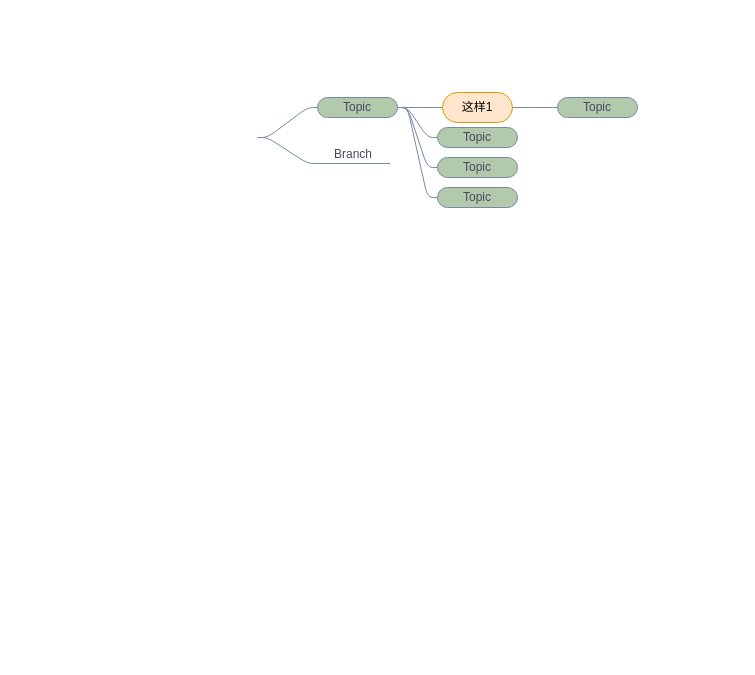
Before: page "第 2 页" (2 of 3) of Untitled Diagram.drawio in gaoyangzhou/draw.io, a draw.io diagram. Source tidied: cells renumbered, new cells numbered last; positions are measured from the earlier drawing's top-left corner, leaving out a move shared by most shapes. Both pictures are drawn from the tidied source at 100%, with x=0, y=0 at pixel (257, 92).
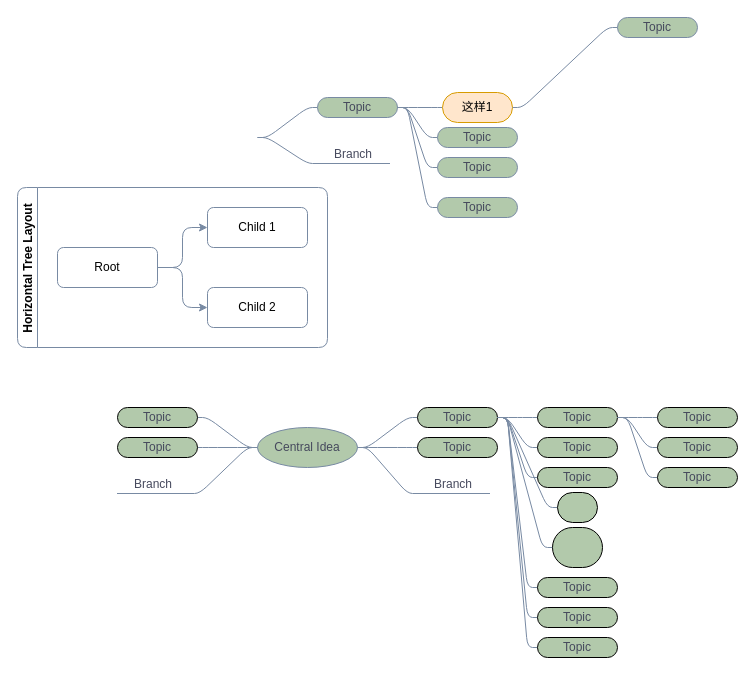
The same diagram, later.

Change to the diagram source:
```diff
@@
-    <mxCell id="4" value="Topic" style="whiteSpace=wrap;html=1;arcSize=50;align=center;verticalAlign=middle;strokeWidth=1;spacing=4;newEdgeStyle={&quot;edgeStyle&quot;:&quot;entityRelationEdgeStyle&quot;,&quot;startArrow&quot;:&quot;none&quot;,&quot;endArrow&quot;:&quot;none&quot;,&quot;segment&quot;:10,&quot;curved&quot;:1};rounded=1;fillColor=#B2C9AB;strokeColor=#788AA3;fontColor=#46495D;" parent="1" vertex="1">
+    <mxCell id="4" value="Topic" style="whiteSpace=wrap;html=1;arcSize=50;align=center;verticalAlign=middle;strokeWidth=1;spacing=4;newEdgeStyle={&quot;edgeStyle&quot;:&quot;entityRelationEdgeStyle&quot;,&quot;startArrow&quot;:&quot;none&quot;,&quot;endArrow&quot;:&quot;none&quot;,&quot;segment&quot;:10,&quot;curved&quot;:1};fillColor=#B2C9AB;strokeColor=#788AA3;fontColor=#46495D;rounded=1;" parent="1" vertex="1">
       <mxGeometry x="60" y="5" width="80" height="20" as="geometry" />
     </mxCell>
-    <mxCell id="5" value="Branch" style="whiteSpace=wrap;html=1;shape=partialRectangle;top=0;left=0;bottom=1;right=0;points=[[0,1],[1,1]];fillColor=none;align=center;verticalAlign=bottom;routingCenterY=0.5;snapToPoint=1;newEdgeStyle={&quot;edgeStyle&quot;:&quot;entityRelationEdgeStyle&quot;,&quot;startArrow&quot;:&quot;none&quot;,&quot;endArrow&quot;:&quot;none&quot;,&quot;segment&quot;:10,&quot;curved&quot;:1};rounded=1;strokeColor=#788AA3;fontColor=#46495D;" parent="1" vertex="1">
+    <mxCell id="5" value="Branch" style="whiteSpace=wrap;html=1;shape=partialRectangle;top=0;left=0;bottom=1;right=0;points=[[0,1],[1,1]];fillColor=none;align=center;verticalAlign=bottom;routingCenterY=0.5;snapToPoint=1;newEdgeStyle={&quot;edgeStyle&quot;:&quot;entityRelationEdgeStyle&quot;,&quot;startArrow&quot;:&quot;none&quot;,&quot;endArrow&quot;:&quot;none&quot;,&quot;segment&quot;:10,&quot;curved&quot;:1};strokeColor=#788AA3;fontColor=#46495D;rounded=1;" parent="1" vertex="1">
       <mxGeometry x="60" y="45" width="72" height="26" as="geometry" />
     </mxCell>
@@
-    <mxCell id="7" value="这样1" style="whiteSpace=wrap;html=1;arcSize=50;align=center;verticalAlign=middle;strokeWidth=1;spacing=4;newEdgeStyle={&quot;edgeStyle&quot;:&quot;entityRelationEdgeStyle&quot;,&quot;startArrow&quot;:&quot;none&quot;,&quot;endArrow&quot;:&quot;none&quot;,&quot;segment&quot;:10,&quot;curved&quot;:1};rounded=1;fillColor=#ffe6cc;strokeColor=#d79b00;" parent="1" vertex="1">
+    <mxCell id="7" value="这样1" style="whiteSpace=wrap;html=1;arcSize=50;align=center;verticalAlign=middle;strokeWidth=1;spacing=4;newEdgeStyle={&quot;edgeStyle&quot;:&quot;entityRelationEdgeStyle&quot;,&quot;startArrow&quot;:&quot;none&quot;,&quot;endArrow&quot;:&quot;none&quot;,&quot;segment&quot;:10,&quot;curved&quot;:1};fillColor=#ffe6cc;strokeColor=#d79b00;rounded=1;" parent="1" vertex="1">
       <mxGeometry x="185" width="70" height="30" as="geometry" />
     </mxCell>
@@
-    <mxCell id="9" value="Topic" style="whiteSpace=wrap;html=1;arcSize=50;align=center;verticalAlign=middle;strokeWidth=1;spacing=4;newEdgeStyle={&quot;edgeStyle&quot;:&quot;entityRelationEdgeStyle&quot;,&quot;startArrow&quot;:&quot;none&quot;,&quot;endArrow&quot;:&quot;none&quot;,&quot;segment&quot;:10,&quot;curved&quot;:1};rounded=1;fillColor=#B2C9AB;strokeColor=#788AA3;fontColor=#46495D;" parent="1" vertex="1">
+    <mxCell id="9" value="Topic" style="whiteSpace=wrap;html=1;arcSize=50;align=center;verticalAlign=middle;strokeWidth=1;spacing=4;newEdgeStyle={&quot;edgeStyle&quot;:&quot;entityRelationEdgeStyle&quot;,&quot;startArrow&quot;:&quot;none&quot;,&quot;endArrow&quot;:&quot;none&quot;,&quot;segment&quot;:10,&quot;curved&quot;:1};fillColor=#B2C9AB;strokeColor=#788AA3;fontColor=#46495D;rounded=1;" parent="1" vertex="1">
       <mxGeometry x="180" y="65" width="80" height="20" as="geometry" />
     </mxCell>
@@
-    <mxCell id="11" value="Topic" style="whiteSpace=wrap;html=1;arcSize=50;align=center;verticalAlign=middle;strokeWidth=1;spacing=4;newEdgeStyle={&quot;edgeStyle&quot;:&quot;entityRelationEdgeStyle&quot;,&quot;startArrow&quot;:&quot;none&quot;,&quot;endArrow&quot;:&quot;none&quot;,&quot;segment&quot;:10,&quot;curved&quot;:1};rounded=1;fillColor=#B2C9AB;strokeColor=#788AA3;fontColor=#46495D;" parent="1" vertex="1">
+    <mxCell id="11" value="Topic" style="whiteSpace=wrap;html=1;arcSize=50;align=center;verticalAlign=middle;strokeWidth=1;spacing=4;newEdgeStyle={&quot;edgeStyle&quot;:&quot;entityRelationEdgeStyle&quot;,&quot;startArrow&quot;:&quot;none&quot;,&quot;endArrow&quot;:&quot;none&quot;,&quot;segment&quot;:10,&quot;curved&quot;:1};fillColor=#B2C9AB;strokeColor=#788AA3;fontColor=#46495D;rounded=1;" parent="1" vertex="1">
       <mxGeometry x="180" y="35" width="80" height="20" as="geometry" />
     </mxCell>
@@
-    <mxCell id="13" value="Topic" style="whiteSpace=wrap;html=1;arcSize=50;align=center;verticalAlign=middle;strokeWidth=1;spacing=4;newEdgeStyle={&quot;edgeStyle&quot;:&quot;entityRelationEdgeStyle&quot;,&quot;startArrow&quot;:&quot;none&quot;,&quot;endArrow&quot;:&quot;none&quot;,&quot;segment&quot;:10,&quot;curved&quot;:1};rounded=1;fillColor=#B2C9AB;strokeColor=#788AA3;fontColor=#46495D;" parent="1" vertex="1">
-      <mxGeometry x="180" y="95" width="80" height="20" as="geometry" />
+    <mxCell id="13" value="Topic" style="whiteSpace=wrap;html=1;arcSize=50;align=center;verticalAlign=middle;strokeWidth=1;spacing=4;newEdgeStyle={&quot;edgeStyle&quot;:&quot;entityRelationEdgeStyle&quot;,&quot;startArrow&quot;:&quot;none&quot;,&quot;endArrow&quot;:&quot;none&quot;,&quot;segment&quot;:10,&quot;curved&quot;:1};fillColor=#B2C9AB;strokeColor=#788AA3;fontColor=#46495D;rounded=1;" parent="1" vertex="1">
+      <mxGeometry x="180" y="105" width="80" height="20" as="geometry" />
     </mxCell>
@@
-    <mxCell id="15" value="Topic" style="whiteSpace=wrap;html=1;arcSize=50;align=center;verticalAlign=middle;strokeWidth=1;spacing=4;newEdgeStyle={&quot;edgeStyle&quot;:&quot;entityRelationEdgeStyle&quot;,&quot;startArrow&quot;:&quot;none&quot;,&quot;endArrow&quot;:&quot;none&quot;,&quot;segment&quot;:10,&quot;curved&quot;:1};rounded=1;fillColor=#B2C9AB;strokeColor=#788AA3;fontColor=#46495D;" parent="1" vertex="1">
-      <mxGeometry x="300" y="5" width="80" height="20" as="geometry" />
+    <mxCell id="15" value="Topic" style="whiteSpace=wrap;html=1;arcSize=50;align=center;verticalAlign=middle;strokeWidth=1;spacing=4;newEdgeStyle={&quot;edgeStyle&quot;:&quot;entityRelationEdgeStyle&quot;,&quot;startArrow&quot;:&quot;none&quot;,&quot;endArrow&quot;:&quot;none&quot;,&quot;segment&quot;:10,&quot;curved&quot;:1};fillColor=#B2C9AB;strokeColor=#788AA3;fontColor=#46495D;rounded=1;" parent="1" vertex="1">
+      <mxGeometry x="360" y="-75" width="80" height="20" as="geometry" />
     </mxCell>
+    <mxCell id="16" value="Mindmap" style="swimlane;startSize=20;horizontal=1;containerType=tree;fontColor=none;strokeColor=none;fillColor=none;swimlaneLine=0;noLabel=1;direction=east;rounded=1;" parent="1" vertex="1">
+      <mxGeometry x="-160" y="275" width="640" height="290" as="geometry" />
+    </mxCell>
+    <mxCell id="17" style="edgeStyle=entityRelationEdgeStyle;startArrow=none;endArrow=none;segment=10;fontColor=#46495D;strokeColor=#788AA3;fillColor=#B2C9AB;" parent="16" edge="1" source="21" target="22">
+      <mxGeometry relative="1" as="geometry" />
+    </mxCell>
+    <mxCell id="18" style="edgeStyle=entityRelationEdgeStyle;startArrow=none;endArrow=none;segment=10;fontColor=#46495D;strokeColor=#788AA3;fillColor=#B2C9AB;" parent="16" edge="1" source="21" target="23">
+      <mxGeometry relative="1" as="geometry" />
+    </mxCell>
+    <mxCell id="19" style="edgeStyle=entityRelationEdgeStyle;startArrow=none;endArrow=none;segment=10;fontColor=#46495D;strokeColor=#788AA3;fillColor=#B2C9AB;" parent="16" edge="1" source="21" target="24">
+      <mxGeometry relative="1" as="geometry" />
+    </mxCell>
+    <mxCell id="20" style="edgeStyle=entityRelationEdgeStyle;startArrow=none;endArrow=none;segment=10;fontColor=#46495D;strokeColor=#788AA3;fillColor=#B2C9AB;" parent="16" edge="1" source="21" target="25">
+      <mxGeometry relative="1" as="geometry" />
+    </mxCell>
+    <mxCell id="21" value="Central Idea" style="ellipse;whiteSpace=wrap;html=1;align=center;newEdgeStyle={&quot;edgeStyle&quot;:&quot;entityRelationEdgeStyle&quot;,&quot;startArrow&quot;:&quot;none&quot;,&quot;endArrow&quot;:&quot;none&quot;,&quot;segment&quot;:10,&quot;curved&quot;:1};fontColor=#46495D;strokeColor=#788AA3;fillColor=#B2C9AB;rounded=1;" parent="16" vertex="1">
+      <mxGeometry x="160" y="60" width="100" height="40" as="geometry" />
+    </mxCell>
+    <mxCell id="22" value="Topic" style="whiteSpace=wrap;html=1;arcSize=50;align=center;verticalAlign=middle;strokeWidth=1;spacing=4;newEdgeStyle={&quot;edgeStyle&quot;:&quot;entityRelationEdgeStyle&quot;,&quot;startArrow&quot;:&quot;none&quot;,&quot;endArrow&quot;:&quot;none&quot;,&quot;segment&quot;:10,&quot;curved&quot;:1};fontColor=#46495D;fillColor=#B2C9AB;rounded=1;" parent="16" vertex="1">
+      <mxGeometry x="320" y="40" width="80" height="20" as="geometry" />
+    </mxCell>
+    <mxCell id="23" value="Branch" style="whiteSpace=wrap;html=1;shape=partialRectangle;top=0;left=0;bottom=1;right=0;points=[[0,1],[1,1]];fillColor=none;align=center;verticalAlign=bottom;routingCenterY=0.5;snapToPoint=1;newEdgeStyle={&quot;edgeStyle&quot;:&quot;entityRelationEdgeStyle&quot;,&quot;startArrow&quot;:&quot;none&quot;,&quot;endArrow&quot;:&quot;none&quot;,&quot;segment&quot;:10,&quot;curved&quot;:1};fontColor=#46495D;strokeColor=#788AA3;rounded=1;" parent="16" vertex="1">
+      <mxGeometry x="320" y="100" width="72" height="26" as="geometry" />
+    </mxCell>
+    <mxCell id="24" value="Topic" style="whiteSpace=wrap;html=1;arcSize=50;align=center;verticalAlign=middle;strokeWidth=1;spacing=4;newEdgeStyle={&quot;edgeStyle&quot;:&quot;entityRelationEdgeStyle&quot;,&quot;startArrow&quot;:&quot;none&quot;,&quot;endArrow&quot;:&quot;none&quot;,&quot;segment&quot;:10,&quot;curved&quot;:1};fontColor=#46495D;fillColor=#B2C9AB;rounded=1;" parent="16" vertex="1">
+      <mxGeometry x="20" y="40" width="80" height="20" as="geometry" />
+    </mxCell>
+    <mxCell id="25" value="Branch" style="whiteSpace=wrap;html=1;shape=partialRectangle;top=0;left=0;bottom=1;right=0;points=[[0,1],[1,1]];fillColor=none;align=center;verticalAlign=bottom;routingCenterY=0.5;snapToPoint=1;newEdgeStyle={&quot;edgeStyle&quot;:&quot;entityRelationEdgeStyle&quot;,&quot;startArrow&quot;:&quot;none&quot;,&quot;endArrow&quot;:&quot;none&quot;,&quot;segment&quot;:10,&quot;curved&quot;:1};fontColor=#46495D;strokeColor=#788AA3;rounded=1;" parent="16" vertex="1">
+      <mxGeometry x="20" y="100" width="72" height="26" as="geometry" />
+    </mxCell>
+    <mxCell id="26" style="edgeStyle=entityRelationEdgeStyle;startArrow=none;endArrow=none;segment=10;fontColor=#46495D;strokeColor=#788AA3;fillColor=#B2C9AB;" parent="16" edge="1" source="22" target="27">
+      <mxGeometry relative="1" as="geometry" />
+    </mxCell>
+    <mxCell id="27" value="Topic" style="whiteSpace=wrap;html=1;arcSize=50;align=center;verticalAlign=middle;strokeWidth=1;spacing=4;newEdgeStyle={&quot;edgeStyle&quot;:&quot;entityRelationEdgeStyle&quot;,&quot;startArrow&quot;:&quot;none&quot;,&quot;endArrow&quot;:&quot;none&quot;,&quot;segment&quot;:10,&quot;curved&quot;:1};fontColor=#46495D;fillColor=#B2C9AB;rounded=1;" parent="16" vertex="1">
+      <mxGeometry x="440" y="40" width="80" height="20" as="geometry" />
+    </mxCell>
+    <mxCell id="28" style="edgeStyle=entityRelationEdgeStyle;startArrow=none;endArrow=none;segment=10;fontColor=#46495D;strokeColor=#788AA3;fillColor=#B2C9AB;" parent="16" edge="1" source="22" target="29">
+      <mxGeometry relative="1" as="geometry" />
+    </mxCell>
+    <mxCell id="29" value="Topic" style="whiteSpace=wrap;html=1;arcSize=50;align=center;verticalAlign=middle;strokeWidth=1;spacing=4;newEdgeStyle={&quot;edgeStyle&quot;:&quot;entityRelationEdgeStyle&quot;,&quot;startArrow&quot;:&quot;none&quot;,&quot;endArrow&quot;:&quot;none&quot;,&quot;segment&quot;:10,&quot;curved&quot;:1};fontColor=#46495D;fillColor=#B2C9AB;rounded=1;" parent="16" vertex="1">
+      <mxGeometry x="440" y="70" width="80" height="20" as="geometry" />
+    </mxCell>
+    <mxCell id="30" style="edgeStyle=entityRelationEdgeStyle;startArrow=none;endArrow=none;segment=10;fontColor=#46495D;strokeColor=#788AA3;fillColor=#B2C9AB;" parent="16" edge="1" source="22" target="31">
+      <mxGeometry relative="1" as="geometry" />
+    </mxCell>
+    <mxCell id="31" value="Topic" style="whiteSpace=wrap;html=1;arcSize=50;align=center;verticalAlign=middle;strokeWidth=1;spacing=4;newEdgeStyle={&quot;edgeStyle&quot;:&quot;entityRelationEdgeStyle&quot;,&quot;startArrow&quot;:&quot;none&quot;,&quot;endArrow&quot;:&quot;none&quot;,&quot;segment&quot;:10,&quot;curved&quot;:1};fontColor=#46495D;fillColor=#B2C9AB;rounded=1;" parent="16" vertex="1">
+      <mxGeometry x="440" y="100" width="80" height="20" as="geometry" />
+    </mxCell>
+    <mxCell id="32" style="edgeStyle=entityRelationEdgeStyle;startArrow=none;endArrow=none;segment=10;fontColor=#46495D;strokeColor=#788AA3;fillColor=#B2C9AB;" parent="16" edge="1" source="27" target="33">
+      <mxGeometry relative="1" as="geometry" />
+    </mxCell>
+    <mxCell id="33" value="Topic" style="whiteSpace=wrap;html=1;arcSize=50;align=center;verticalAlign=middle;strokeWidth=1;spacing=4;newEdgeStyle={&quot;edgeStyle&quot;:&quot;entityRelationEdgeStyle&quot;,&quot;startArrow&quot;:&quot;none&quot;,&quot;endArrow&quot;:&quot;none&quot;,&quot;segment&quot;:10,&quot;curved&quot;:1};fontColor=#46495D;fillColor=#B2C9AB;rounded=1;" parent="16" vertex="1">
+      <mxGeometry x="560" y="40" width="80" height="20" as="geometry" />
+    </mxCell>
+    <mxCell id="34" style="edgeStyle=entityRelationEdgeStyle;startArrow=none;endArrow=none;segment=10;fontColor=#46495D;strokeColor=#788AA3;fillColor=#B2C9AB;" parent="16" edge="1" source="27" target="35">
+      <mxGeometry relative="1" as="geometry" />
+    </mxCell>
+    <mxCell id="35" value="Topic" style="whiteSpace=wrap;html=1;arcSize=50;align=center;verticalAlign=middle;strokeWidth=1;spacing=4;newEdgeStyle={&quot;edgeStyle&quot;:&quot;entityRelationEdgeStyle&quot;,&quot;startArrow&quot;:&quot;none&quot;,&quot;endArrow&quot;:&quot;none&quot;,&quot;segment&quot;:10,&quot;curved&quot;:1};fontColor=#46495D;fillColor=#B2C9AB;rounded=1;" parent="16" vertex="1">
+      <mxGeometry x="560" y="70" width="80" height="20" as="geometry" />
+    </mxCell>
+    <mxCell id="36" style="edgeStyle=entityRelationEdgeStyle;startArrow=none;endArrow=none;segment=10;fontColor=#46495D;strokeColor=#788AA3;fillColor=#B2C9AB;" parent="16" edge="1" source="27" target="37">
+      <mxGeometry relative="1" as="geometry" />
+    </mxCell>
+    <mxCell id="37" value="Topic" style="whiteSpace=wrap;html=1;arcSize=50;align=center;verticalAlign=middle;strokeWidth=1;spacing=4;newEdgeStyle={&quot;edgeStyle&quot;:&quot;entityRelationEdgeStyle&quot;,&quot;startArrow&quot;:&quot;none&quot;,&quot;endArrow&quot;:&quot;none&quot;,&quot;segment&quot;:10,&quot;curved&quot;:1};fontColor=#46495D;fillColor=#B2C9AB;rounded=1;" parent="16" vertex="1">
+      <mxGeometry x="560" y="100" width="80" height="20" as="geometry" />
+    </mxCell>
+    <mxCell id="38" style="edgeStyle=entityRelationEdgeStyle;startArrow=none;endArrow=none;segment=10;fontColor=#46495D;strokeColor=#788AA3;fillColor=#B2C9AB;" parent="16" edge="1" source="22" target="39">
+      <mxGeometry relative="1" as="geometry" />
+    </mxCell>
+    <mxCell id="39" value="&lt;br&gt;" style="whiteSpace=wrap;html=1;arcSize=50;align=center;verticalAlign=middle;strokeWidth=1;spacing=4;newEdgeStyle={&quot;edgeStyle&quot;:&quot;entityRelationEdgeStyle&quot;,&quot;startArrow&quot;:&quot;none&quot;,&quot;endArrow&quot;:&quot;none&quot;,&quot;segment&quot;:10,&quot;curved&quot;:1};fontColor=#46495D;fillColor=#B2C9AB;rounded=1;" parent="16" vertex="1">
+      <mxGeometry x="460" y="125" width="40" height="30" as="geometry" />
+    </mxCell>
+    <mxCell id="40" style="edgeStyle=entityRelationEdgeStyle;startArrow=none;endArrow=none;segment=10;fontColor=#46495D;strokeColor=#788AA3;fillColor=#B2C9AB;" parent="16" edge="1" source="22" target="41">
+      <mxGeometry relative="1" as="geometry" />
+    </mxCell>
+    <mxCell id="41" style="whiteSpace=wrap;html=1;arcSize=50;align=center;verticalAlign=middle;strokeWidth=1;spacing=4;newEdgeStyle={&quot;edgeStyle&quot;:&quot;entityRelationEdgeStyle&quot;,&quot;startArrow&quot;:&quot;none&quot;,&quot;endArrow&quot;:&quot;none&quot;,&quot;segment&quot;:10,&quot;curved&quot;:1};fontColor=#46495D;fillColor=#B2C9AB;rounded=1;" parent="16" vertex="1">
+      <mxGeometry x="455" y="160" width="50" height="40" as="geometry" />
+    </mxCell>
+    <mxCell id="42" style="edgeStyle=entityRelationEdgeStyle;startArrow=none;endArrow=none;segment=10;fontColor=#46495D;strokeColor=#788AA3;fillColor=#B2C9AB;" parent="16" edge="1" source="22" target="43">
+      <mxGeometry relative="1" as="geometry" />
+    </mxCell>
+    <mxCell id="43" value="Topic" style="whiteSpace=wrap;html=1;arcSize=50;align=center;verticalAlign=middle;strokeWidth=1;spacing=4;newEdgeStyle={&quot;edgeStyle&quot;:&quot;entityRelationEdgeStyle&quot;,&quot;startArrow&quot;:&quot;none&quot;,&quot;endArrow&quot;:&quot;none&quot;,&quot;segment&quot;:10,&quot;curved&quot;:1};fontColor=#46495D;fillColor=#B2C9AB;rounded=1;" parent="16" vertex="1">
+      <mxGeometry x="440" y="210" width="80" height="20" as="geometry" />
+    </mxCell>
+    <mxCell id="44" style="edgeStyle=entityRelationEdgeStyle;startArrow=none;endArrow=none;segment=10;fontColor=#46495D;strokeColor=#788AA3;fillColor=#B2C9AB;" parent="16" edge="1" source="22" target="45">
+      <mxGeometry relative="1" as="geometry" />
+    </mxCell>
+    <mxCell id="45" value="Topic" style="whiteSpace=wrap;html=1;arcSize=50;align=center;verticalAlign=middle;strokeWidth=1;spacing=4;newEdgeStyle={&quot;edgeStyle&quot;:&quot;entityRelationEdgeStyle&quot;,&quot;startArrow&quot;:&quot;none&quot;,&quot;endArrow&quot;:&quot;none&quot;,&quot;segment&quot;:10,&quot;curved&quot;:1};fontColor=#46495D;fillColor=#B2C9AB;rounded=1;" parent="16" vertex="1">
+      <mxGeometry x="440" y="240" width="80" height="20" as="geometry" />
+    </mxCell>
+    <mxCell id="46" style="edgeStyle=entityRelationEdgeStyle;startArrow=none;endArrow=none;segment=10;fontColor=#46495D;strokeColor=#788AA3;fillColor=#B2C9AB;" parent="16" edge="1" source="22" target="47">
+      <mxGeometry relative="1" as="geometry" />
+    </mxCell>
+    <mxCell id="47" value="Topic" style="whiteSpace=wrap;html=1;arcSize=50;align=center;verticalAlign=middle;strokeWidth=1;spacing=4;newEdgeStyle={&quot;edgeStyle&quot;:&quot;entityRelationEdgeStyle&quot;,&quot;startArrow&quot;:&quot;none&quot;,&quot;endArrow&quot;:&quot;none&quot;,&quot;segment&quot;:10,&quot;curved&quot;:1};fontColor=#46495D;fillColor=#B2C9AB;rounded=1;" parent="16" vertex="1">
+      <mxGeometry x="440" y="270" width="80" height="20" as="geometry" />
+    </mxCell>
+    <mxCell id="48" style="edgeStyle=entityRelationEdgeStyle;startArrow=none;endArrow=none;segment=10;fontColor=#46495D;strokeColor=#788AA3;fillColor=#B2C9AB;" parent="16" edge="1" source="21" target="49">
+      <mxGeometry relative="1" as="geometry" />
+    </mxCell>
+    <mxCell id="49" value="Topic" style="whiteSpace=wrap;html=1;arcSize=50;align=center;verticalAlign=middle;strokeWidth=1;spacing=4;newEdgeStyle={&quot;edgeStyle&quot;:&quot;entityRelationEdgeStyle&quot;,&quot;startArrow&quot;:&quot;none&quot;,&quot;endArrow&quot;:&quot;none&quot;,&quot;segment&quot;:10,&quot;curved&quot;:1};fontColor=#46495D;fillColor=#B2C9AB;rounded=1;" parent="16" vertex="1">
+      <mxGeometry x="320" y="70" width="80" height="20" as="geometry" />
+    </mxCell>
+    <mxCell id="50" style="edgeStyle=entityRelationEdgeStyle;startArrow=none;endArrow=none;segment=10;fontColor=#46495D;strokeColor=#788AA3;fillColor=#B2C9AB;" parent="16" edge="1" source="21" target="51">
+      <mxGeometry relative="1" as="geometry" />
+    </mxCell>
+    <mxCell id="51" value="Topic" style="whiteSpace=wrap;html=1;arcSize=50;align=center;verticalAlign=middle;strokeWidth=1;spacing=4;newEdgeStyle={&quot;edgeStyle&quot;:&quot;entityRelationEdgeStyle&quot;,&quot;startArrow&quot;:&quot;none&quot;,&quot;endArrow&quot;:&quot;none&quot;,&quot;segment&quot;:10,&quot;curved&quot;:1};fontColor=#46495D;fillColor=#B2C9AB;rounded=1;" parent="16" vertex="1">
+      <mxGeometry x="20" y="70" width="80" height="20" as="geometry" />
+    </mxCell>
+    <mxCell id="52" value="Horizontal Tree Layout" style="swimlane;startSize=20;horizontal=0;horizontalTree=1;containerType=tree;fontColor=none;strokeColor=#788AA3;fillColor=none;rounded=1;" parent="1" vertex="1">
+      <mxGeometry x="-240" y="95" width="310" height="160" as="geometry" />
+    </mxCell>
+    <mxCell id="53" value="Root" style="whiteSpace=wrap;html=1;fontColor=none;strokeColor=#788AA3;fillColor=none;rounded=1;" parent="52" vertex="1">
+      <mxGeometry x="40" y="60" width="100" height="40" as="geometry" />
+    </mxCell>
+    <mxCell id="54" value="Child 1" style="whiteSpace=wrap;html=1;fontColor=none;strokeColor=#788AA3;fillColor=none;rounded=1;" parent="52" vertex="1">
+      <mxGeometry x="190" y="20" width="100" height="40" as="geometry" />
+    </mxCell>
+    <mxCell id="55" style="edgeStyle=elbowEdgeStyle;elbow=horizontal;html=1;fontColor=none;strokeColor=#788AA3;fillColor=#B2C9AB;" parent="52" edge="1" source="53" target="54">
+      <mxGeometry relative="1" as="geometry" />
+    </mxCell>
+    <mxCell id="56" value="Child 2" style="whiteSpace=wrap;html=1;fontColor=none;strokeColor=#788AA3;fillColor=none;rounded=1;" parent="52" vertex="1">
+      <mxGeometry x="190" y="100" width="100" height="40" as="geometry" />
+    </mxCell>
+    <mxCell id="57" style="edgeStyle=elbowEdgeStyle;elbow=horizontal;html=1;fontColor=none;strokeColor=#788AA3;fillColor=#B2C9AB;" parent="52" edge="1" source="53" target="56">
+      <mxGeometry relative="1" as="geometry" />
+    </mxCell>
```
